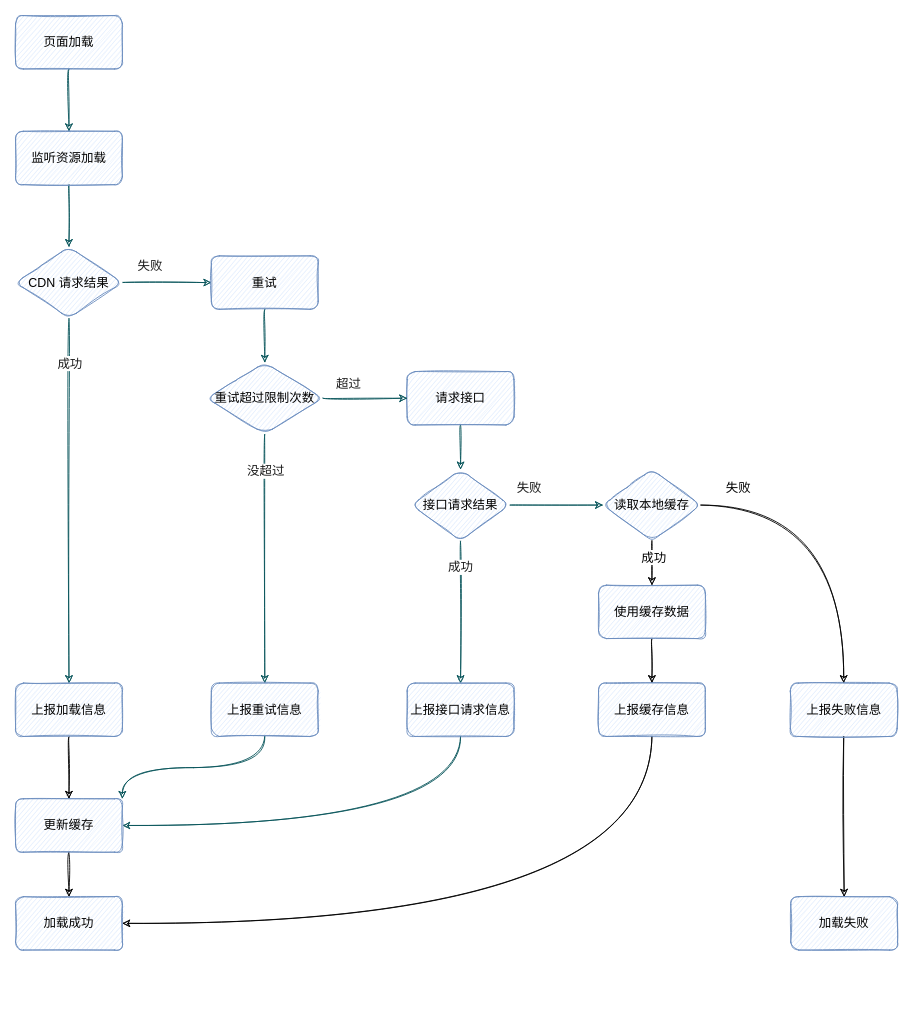
This is page "第 1 页" (1 of 4) of 未命名绘图.drawio from Darkindom/draw-the-diagrams, a draw.io file, before an edit. Source tidied: cells renumbered, new cells numbered last; positions are measured from the earlier drawing's top-left corner, leaving out a move shared by most shapes. Both pictures are drawn from the tidied source at 89%, with x=0, y=0 at pixel (15, 15).
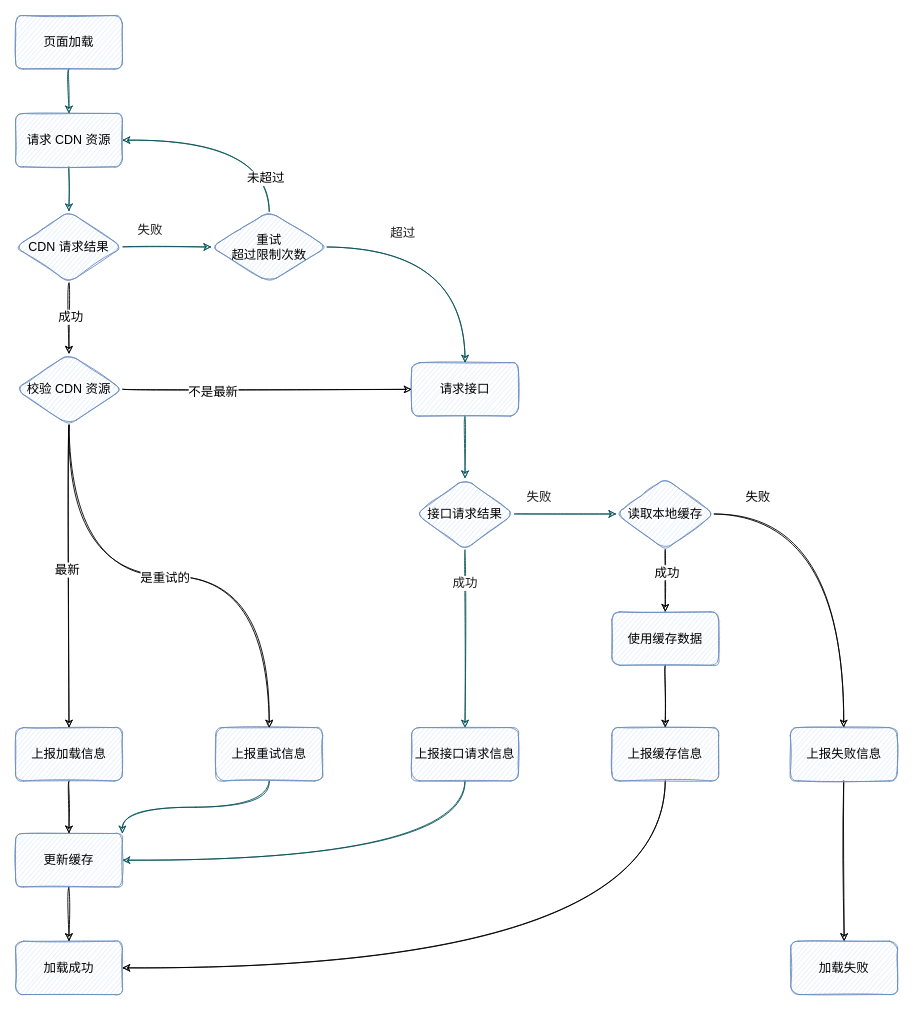
Above is the later version.

Commit message:
更新未命名绘图.drawio

What changed in the source:
```diff
@@
-    <mxCell id="5" value="监听资源加载" style="whiteSpace=wrap;html=1;fontFamily=手札体-简;fillColor=#dae8fc;strokeColor=#6c8ebf;rounded=1;sketch=1;shadow=0;glass=0;fontSize=14;" parent="1" vertex="1">
-      <mxGeometry y="130" width="120" height="60" as="geometry" />
+    <mxCell id="5" value="请求 CDN 资源" style="whiteSpace=wrap;html=1;fontFamily=手札体-简;fillColor=#dae8fc;strokeColor=#6c8ebf;rounded=1;sketch=1;shadow=0;glass=0;fontSize=14;" parent="1" vertex="1">
+      <mxGeometry y="110" width="120" height="60" as="geometry" />
     </mxCell>
-    <mxCell id="6" style="edgeStyle=orthogonalEdgeStyle;curved=1;rounded=1;sketch=1;jettySize=auto;html=1;fontFamily=手札体-简;fontColor=#1A1A1A;strokeColor=#09555B;entryX=0.5;entryY=0;entryDx=0;entryDy=0;fontSize=14;" parent="1" edge="1" source="10" target="19">
-      <mxGeometry relative="1" as="geometry" />
-    </mxCell>
-    <mxCell id="7" value="成功" style="edgeLabel;html=1;align=center;verticalAlign=middle;fontFamily=手札体-简;fontColor=#1A1A1A;fontSize=14;" parent="6" vertex="1">
-      <mxGeometry x="-0.37" relative="1" as="geometry">
-        <mxPoint y="-79" as="offset" />
-      </mxGeometry>
-    </mxCell>
-    <mxCell id="8" style="edgeStyle=orthogonalEdgeStyle;curved=1;rounded=1;sketch=1;jettySize=auto;html=1;fontFamily=手札体-简;fontColor=#1A1A1A;strokeColor=#09555B;entryX=0;entryY=0.5;entryDx=0;entryDy=0;fontSize=14;" parent="1" edge="1" source="10" target="25">
+    <mxCell id="8" style="edgeStyle=orthogonalEdgeStyle;curved=1;rounded=1;sketch=1;jettySize=auto;html=1;fontFamily=手札体-简;fontColor=#1A1A1A;strokeColor=#09555B;fontSize=14;" parent="1" edge="1" source="10" target="28">
       <mxGeometry relative="1" as="geometry" />
     </mxCell>
@@
+    <mxCell id="45" style="edgeStyle=orthogonalEdgeStyle;curved=1;rounded=1;sketch=1;jettySize=auto;html=1;fontFamily=手札体-简;fontSize=14;" parent="1" edge="1" source="10" target="53">
+      <mxGeometry relative="1" as="geometry" />
+    </mxCell>
+    <mxCell id="7" value="成功" style="edgeLabel;html=1;align=center;verticalAlign=middle;fontSize=14;fontFamily=手札体-简;" parent="45" vertex="1">
+      <mxGeometry x="-0.04" y="1" relative="1" as="geometry" />
+    </mxCell>
     <mxCell id="10" value="CDN 请求结果" style="rhombus;whiteSpace=wrap;html=1;fontFamily=手札体-简;fillColor=#dae8fc;strokeColor=#6c8ebf;rounded=1;sketch=1;shadow=0;glass=0;fontSize=14;" parent="1" vertex="1">
-      <mxGeometry y="260" width="120" height="80" as="geometry" />
+      <mxGeometry y="220" width="120" height="80" as="geometry" />
     </mxCell>
     <mxCell id="11" value="加载成功" style="whiteSpace=wrap;html=1;fontFamily=手札体-简;fillColor=#dae8fc;strokeColor=#6c8ebf;rounded=1;sketch=1;shadow=0;glass=0;fontSize=14;" parent="1" vertex="1">
-      <mxGeometry y="990" width="120" height="60" as="geometry" />
+      <mxGeometry y="1040" width="120" height="60" as="geometry" />
     </mxCell>
@@
     <mxCell id="13" value="请求接口" style="whiteSpace=wrap;html=1;fontFamily=手札体-简;fillColor=#dae8fc;strokeColor=#6c8ebf;rounded=1;sketch=1;shadow=0;glass=0;fontSize=14;" parent="1" vertex="1">
-      <mxGeometry x="440" y="400" width="120" height="60" as="geometry" />
+      <mxGeometry x="445" y="390" width="120" height="60" as="geometry" />
     </mxCell>
@@
     <mxCell id="17" value="接口请求结果" style="rhombus;whiteSpace=wrap;html=1;fontFamily=手札体-简;fillColor=#dae8fc;strokeColor=#6c8ebf;rounded=1;sketch=1;shadow=0;glass=0;fontSize=14;" parent="1" vertex="1">
-      <mxGeometry x="445" y="510" width="110" height="80" as="geometry" />
+      <mxGeometry x="450" y="520" width="110" height="80" as="geometry" />
     </mxCell>
@@
     <mxCell id="19" value="上报加载信息" style="whiteSpace=wrap;html=1;fontFamily=手札体-简;fillColor=#dae8fc;strokeColor=#6c8ebf;rounded=1;sketch=1;shadow=0;glass=0;fontSize=14;" parent="1" vertex="1">
-      <mxGeometry y="750" width="120" height="60" as="geometry" />
+      <mxGeometry y="800" width="120" height="60" as="geometry" />
     </mxCell>
-    <mxCell id="20" style="edgeStyle=orthogonalEdgeStyle;curved=1;rounded=1;sketch=1;jettySize=auto;html=1;exitX=0.5;exitY=1;exitDx=0;exitDy=0;entryX=0.5;entryY=0;entryDx=0;entryDy=0;fontSize=14;" parent="1" edge="1" source="21" target="35">
+    <mxCell id="20" style="edgeStyle=orthogonalEdgeStyle;curved=1;rounded=1;sketch=1;jettySize=auto;html=1;fontFamily=手札体-简;fontSize=14;" parent="1" edge="1" source="21" target="35">
       <mxGeometry relative="1" as="geometry" />
     </mxCell>
     <mxCell id="21" value="使用缓存数据" style="whiteSpace=wrap;html=1;fontFamily=手札体-简;fillColor=#dae8fc;strokeColor=#6c8ebf;rounded=1;sketch=1;shadow=0;glass=0;fontSize=14;" parent="1" vertex="1">
-      <mxGeometry x="655" y="640" width="120" height="60" as="geometry" />
+      <mxGeometry x="670" y="670" width="120" height="60" as="geometry" />
     </mxCell>
-    <mxCell id="22" style="edgeStyle=orthogonalEdgeStyle;curved=1;rounded=1;sketch=1;jettySize=auto;html=1;exitX=1;exitY=0.5;exitDx=0;exitDy=0;entryX=0;entryY=0.5;entryDx=0;entryDy=0;fontFamily=手札体-简;fontColor=#1A1A1A;strokeColor=#09555B;fontSize=14;" parent="1" edge="1" source="28" target="13">
+    <mxCell id="22" style="edgeStyle=orthogonalEdgeStyle;curved=1;rounded=1;sketch=1;jettySize=auto;html=1;exitX=1;exitY=0.5;exitDx=0;exitDy=0;fontFamily=手札体-简;fontColor=#1A1A1A;strokeColor=#09555B;fontSize=14;" parent="1" edge="1" source="28" target="13">
       <mxGeometry relative="1" as="geometry" />
     </mxCell>
@@
-    <mxCell id="24" style="edgeStyle=orthogonalEdgeStyle;curved=1;rounded=1;sketch=1;jettySize=auto;html=1;fontFamily=手札体-简;fontColor=#1A1A1A;strokeColor=#09555B;fontSize=14;" parent="1" edge="1" source="25" target="28">
-      <mxGeometry relative="1" as="geometry" />
-    </mxCell>
-    <mxCell id="25" value="重试" style="whiteSpace=wrap;html=1;fontFamily=手札体-简;fillColor=#dae8fc;strokeColor=#6c8ebf;rounded=1;sketch=1;shadow=0;glass=0;fontSize=14;" parent="1" vertex="1">
-      <mxGeometry x="220" y="270" width="120" height="60" as="geometry" />
-    </mxCell>
-    <mxCell id="26" style="edgeStyle=orthogonalEdgeStyle;curved=1;rounded=1;sketch=1;jettySize=auto;html=1;exitX=0.5;exitY=1;exitDx=0;exitDy=0;entryX=0.5;entryY=0;entryDx=0;entryDy=0;fontFamily=手札体-简;fontColor=#1A1A1A;strokeColor=#09555B;fontSize=14;" parent="1" edge="1" source="28" target="30">
+    <mxCell id="26" style="edgeStyle=orthogonalEdgeStyle;curved=1;rounded=1;sketch=1;jettySize=auto;html=1;entryX=1;entryY=0.5;entryDx=0;entryDy=0;fontFamily=手札体-简;fontColor=#1A1A1A;strokeColor=#09555B;fontSize=14;exitX=0.5;exitY=0;exitDx=0;exitDy=0;" parent="1" edge="1" source="28" target="5">
       <mxGeometry relative="1" as="geometry" />
     </mxCell>
-    <mxCell id="27" value="没超过" style="edgeLabel;html=1;align=center;verticalAlign=middle;fontFamily=手札体-简;fontColor=#1A1A1A;fontSize=14;" parent="26" vertex="1">
-      <mxGeometry x="0.07" y="2" relative="1" as="geometry">
-        <mxPoint x="-2" y="-109" as="offset" />
-      </mxGeometry>
-    </mxCell>
+    <mxCell id="46" value="未超过" style="edgeLabel;html=1;align=center;verticalAlign=middle;fontSize=14;fontFamily=手札体-简;" parent="26" vertex="1">
+      <mxGeometry x="-0.69" y="5" relative="1" as="geometry" />
+    </mxCell>
-    <mxCell id="28" value="重试超过限制次数" style="rhombus;whiteSpace=wrap;html=1;fontFamily=手札体-简;fillColor=#dae8fc;strokeColor=#6c8ebf;rounded=1;sketch=1;shadow=0;glass=0;fontSize=14;" parent="1" vertex="1">
-      <mxGeometry x="215" y="390" width="130" height="80" as="geometry" />
+    <mxCell id="28" value="重试&lt;br&gt;超过限制次数" style="rhombus;whiteSpace=wrap;html=1;fontFamily=手札体-简;fillColor=#dae8fc;strokeColor=#6c8ebf;rounded=1;sketch=1;shadow=0;glass=0;fontSize=14;" parent="1" vertex="1">
+      <mxGeometry x="220" y="220" width="130" height="80" as="geometry" />
     </mxCell>
@@
     <mxCell id="30" value="上报重试信息" style="whiteSpace=wrap;html=1;fontFamily=手札体-简;fillColor=#dae8fc;strokeColor=#6c8ebf;rounded=1;sketch=1;shadow=0;glass=0;fontSize=14;" parent="1" vertex="1">
-      <mxGeometry x="220" y="750" width="120" height="60" as="geometry" />
+      <mxGeometry x="225" y="800" width="120" height="60" as="geometry" />
     </mxCell>
@@
     <mxCell id="32" value="上报接口请求信息" style="whiteSpace=wrap;html=1;fontFamily=手札体-简;fillColor=#dae8fc;strokeColor=#6c8ebf;rounded=1;sketch=1;shadow=0;glass=0;fontSize=14;" parent="1" vertex="1">
-      <mxGeometry x="440" y="750" width="120" height="60" as="geometry" />
+      <mxGeometry x="445" y="800" width="120" height="60" as="geometry" />
     </mxCell>
@@
     <mxCell id="35" value="上报缓存信息" style="whiteSpace=wrap;html=1;fontFamily=手札体-简;fillColor=#dae8fc;strokeColor=#6c8ebf;rounded=1;sketch=1;shadow=0;glass=0;fontSize=14;" parent="1" vertex="1">
-      <mxGeometry x="655" y="750" width="120" height="60" as="geometry" />
+      <mxGeometry x="670" y="800" width="120" height="60" as="geometry" />
     </mxCell>
@@
     <mxCell id="37" value="更新缓存" style="whiteSpace=wrap;html=1;fontFamily=手札体-简;fillColor=#dae8fc;strokeColor=#6c8ebf;rounded=1;sketch=1;shadow=0;glass=0;fontSize=14;" parent="1" vertex="1">
-      <mxGeometry y="880" width="120" height="60" as="geometry" />
+      <mxGeometry y="919" width="120" height="60" as="geometry" />
     </mxCell>
     <mxCell id="38" value="加载失败" style="whiteSpace=wrap;html=1;fontFamily=手札体-简;fillColor=#dae8fc;strokeColor=#6c8ebf;rounded=1;sketch=1;shadow=0;glass=0;fontSize=14;" parent="1" vertex="1">
-      <mxGeometry x="871" y="990" width="120" height="60" as="geometry" />
+      <mxGeometry x="871" y="1040" width="120" height="60" as="geometry" />
     </mxCell>
@@
     <mxCell id="43" value="读取本地缓存" style="rhombus;whiteSpace=wrap;html=1;fontFamily=手札体-简;fillColor=#dae8fc;strokeColor=#6c8ebf;rounded=1;sketch=1;shadow=0;glass=0;fontSize=14;" parent="1" vertex="1">
-      <mxGeometry x="660" y="510" width="110" height="80" as="geometry" />
+      <mxGeometry x="675" y="520" width="110" height="80" as="geometry" />
     </mxCell>
     <mxCell id="44" value="上报失败信息" style="whiteSpace=wrap;html=1;fontFamily=手札体-简;fillColor=#dae8fc;strokeColor=#6c8ebf;rounded=1;sketch=1;shadow=0;glass=0;fontSize=14;" parent="1" vertex="1">
-      <mxGeometry x="870.5" y="750" width="120" height="60" as="geometry" />
+      <mxGeometry x="870.5" y="800" width="120" height="60" as="geometry" />
     </mxCell>
+    <mxCell id="47" style="edgeStyle=orthogonalEdgeStyle;curved=1;rounded=1;sketch=1;jettySize=auto;html=1;exitX=0.5;exitY=1;exitDx=0;exitDy=0;fontFamily=手札体-简;fontSize=14;" parent="1" edge="1" source="53" target="19">
+      <mxGeometry relative="1" as="geometry" />
+    </mxCell>
+    <mxCell id="48" value="最新" style="edgeLabel;html=1;align=center;verticalAlign=middle;fontSize=14;fontFamily=手札体-简;" parent="47" vertex="1">
+      <mxGeometry x="-0.54" y="-3" relative="1" as="geometry">
+        <mxPoint y="84" as="offset" />
+      </mxGeometry>
+    </mxCell>
+    <mxCell id="49" style="edgeStyle=orthogonalEdgeStyle;curved=1;rounded=1;sketch=1;jettySize=auto;html=1;fontFamily=手札体-简;fontSize=14;" parent="1" edge="1" source="53" target="13">
+      <mxGeometry relative="1" as="geometry" />
+    </mxCell>
+    <mxCell id="50" value="不是最新" style="edgeLabel;html=1;align=center;verticalAlign=middle;fontSize=14;fontFamily=手札体-简;" parent="49" vertex="1">
+      <mxGeometry x="-0.38" y="-2" relative="1" as="geometry" />
+    </mxCell>
+    <mxCell id="51" style="edgeStyle=orthogonalEdgeStyle;curved=1;rounded=1;sketch=1;jettySize=auto;html=1;exitX=0.5;exitY=1;exitDx=0;exitDy=0;entryX=0.5;entryY=0;entryDx=0;entryDy=0;fontFamily=手札体-简;fontSize=14;" parent="1" edge="1" source="53" target="30">
+      <mxGeometry relative="1" as="geometry" />
+    </mxCell>
+    <mxCell id="52" value="是重试的" style="edgeLabel;html=1;align=center;verticalAlign=middle;fontSize=14;fontFamily=手札体-简;" parent="51" vertex="1">
+      <mxGeometry x="-0.02" y="-1" relative="1" as="geometry" />
+    </mxCell>
+    <mxCell id="53" value="校验 CDN 资源" style="rhombus;whiteSpace=wrap;html=1;fontFamily=手札体-简;fillColor=#dae8fc;strokeColor=#6c8ebf;rounded=1;sketch=1;shadow=0;glass=0;fontSize=14;" parent="1" vertex="1">
+      <mxGeometry y="380" width="120" height="80" as="geometry" />
+    </mxCell>
```
